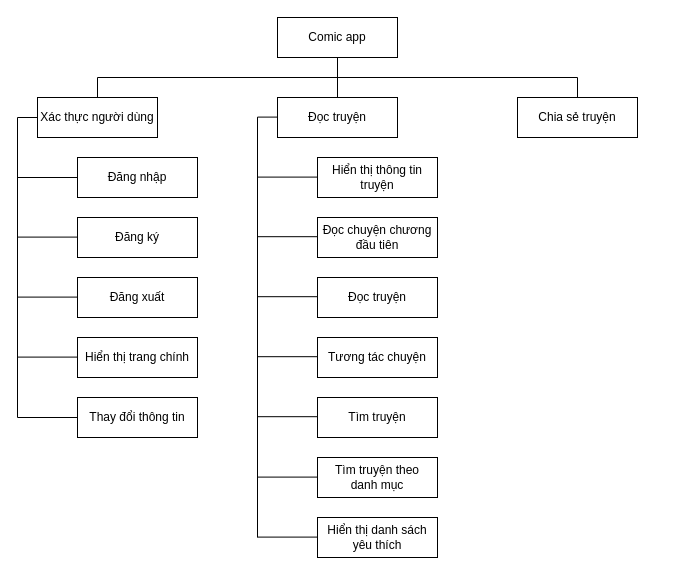
Earlier version of the draw.io diagram Untitled Diagram.drawio (CosmicFishi/test_ki-m_th-). Source tidied: cells renumbered, new cells numbered last; positions are measured from the earlier drawing's top-left corner, leaving out a move shared by most shapes. Both pictures are drawn from the tidied source at 100%, with x=0, y=0 at pixel (17, 17).
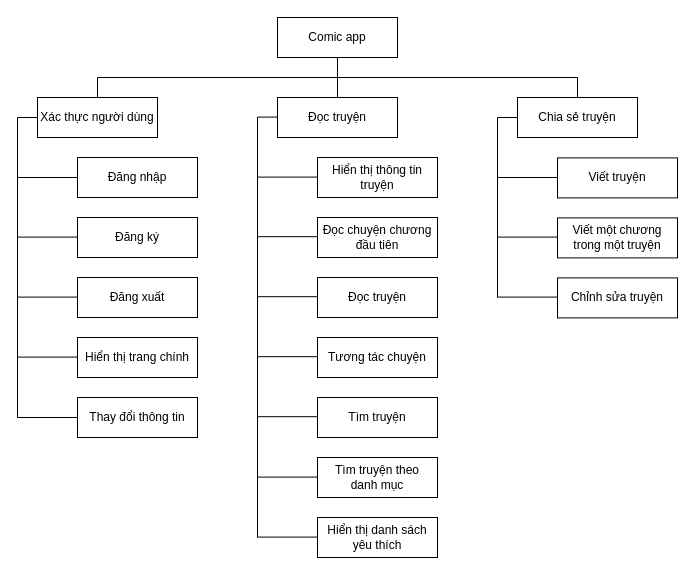
Above is the later version.

Change to the diagram source:
```diff
@@
+    <mxCell id="39" style="endArrow=none;html=1;entryX=0;entryY=0.5;entryDx=0;entryDy=0;" parent="1" edge="1">
+      <mxGeometry relative="1" as="geometry">
+        <mxPoint x="480" y="100" as="sourcePoint" />
+        <mxPoint x="500" y="100" as="targetPoint" />
+      </mxGeometry>
+    </mxCell>
+    <mxCell id="40" style="endArrow=none;html=1;" parent="1" edge="1">
+      <mxGeometry relative="1" as="geometry">
+        <mxPoint x="480" y="100" as="sourcePoint" />
+        <mxPoint x="480" y="280" as="targetPoint" />
+      </mxGeometry>
+    </mxCell>
+    <mxCell id="41" style="endArrow=none;html=1;entryX=0;entryY=0.5;entryDx=0;entryDy=0;" parent="1" edge="1">
+      <mxGeometry relative="1" as="geometry">
+        <mxPoint x="480" y="160" as="sourcePoint" />
+        <mxPoint x="540" y="160" as="targetPoint" />
+      </mxGeometry>
+    </mxCell>
+    <mxCell id="42" value="Viết truyện" style="rounded=0;whiteSpace=wrap;html=1;" parent="1" vertex="1">
+      <mxGeometry x="540" y="140.4" width="120" height="40" as="geometry" />
+    </mxCell>
+    <mxCell id="43" value="Viết một chương trong một truyện" style="rounded=0;whiteSpace=wrap;html=1;" parent="1" vertex="1">
+      <mxGeometry x="540" y="200.4" width="120" height="40" as="geometry" />
+    </mxCell>
+    <mxCell id="44" style="endArrow=none;html=1;entryX=0;entryY=0.5;entryDx=0;entryDy=0;" parent="1" edge="1">
+      <mxGeometry relative="1" as="geometry">
+        <mxPoint x="480" y="219.6" as="sourcePoint" />
+        <mxPoint x="540" y="219.6" as="targetPoint" />
+      </mxGeometry>
+    </mxCell>
+    <mxCell id="45" style="endArrow=none;html=1;entryX=0;entryY=0.5;entryDx=0;entryDy=0;" parent="1" edge="1">
+      <mxGeometry relative="1" as="geometry">
+        <mxPoint x="480" y="279.6" as="sourcePoint" />
+        <mxPoint x="540" y="279.6" as="targetPoint" />
+      </mxGeometry>
+    </mxCell>
+    <mxCell id="46" value="Chỉnh sửa truyện" style="rounded=0;whiteSpace=wrap;html=1;" parent="1" vertex="1">
+      <mxGeometry x="540" y="260.4" width="120" height="40" as="geometry" />
+    </mxCell>
```
